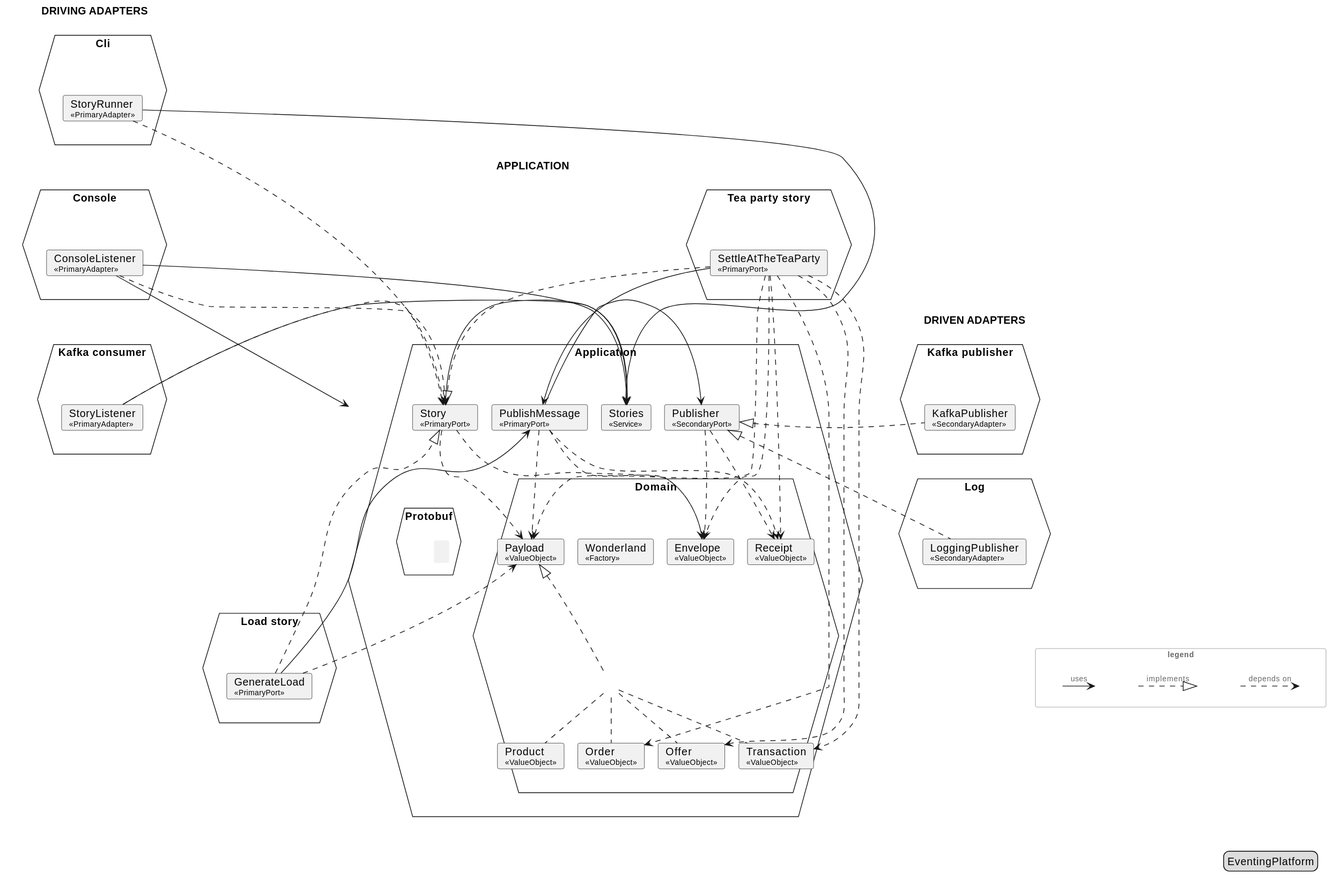
Mathmagicians/confluent-eventing-playground keeps this PlantUML diagram as docs/generated/architecture/svg/hexagon.svg. Above is the earlier version. Source of this version:
```plantuml
@startuml
!pragma layout smetana
skinparam shadowing false
skinparam defaultTextAlignment left
skinparam ranksep 24
skinparam nodesep 24
skinparam ArrowFontSize 10
skinparam ArrowFontColor #666666
<style>
hexagon { HorizontalAlignment center }
rectangle { HorizontalAlignment center }
</style>

rectangle "DRIVING ADAPTERS" as driving #line:transparent {
  hexagon "Cli" as m_Cli {
    rectangle "<size:1> </size>" as m_Cli_in #line:transparent {
      card "StoryRunner\n<size:10>«PrimaryAdapter»</size>" as m_Cli_StoryRunner
    }
  }
  hexagon "Console" as m_Console {
    rectangle "<size:1> </size>" as m_Console_in #line:transparent {
      card "ConsoleListener\n<size:10>«PrimaryAdapter»</size>" as m_Console_ConsoleListener
    }
  }
  hexagon "Kafka consumer" as m_Kafka_consumer {
    rectangle "<size:1> </size>" as m_Kafka_consumer_in #line:transparent {
      card "StoryListener\n<size:10>«PrimaryAdapter»</size>" as m_Kafka_consumer_StoryListener
    }
  }
  m_Cli_StoryRunner -[hidden]down-> m_Console_ConsoleListener
  m_Console_ConsoleListener -[hidden]down-> m_Kafka_consumer_StoryListener
}
rectangle "APPLICATION" as core #line:transparent {
  hexagon "Application" as m_Application {
    rectangle "<size:1> </size>" as m_Application_in #line:transparent {
      card "PublishMessage\n<size:10>«PrimaryPort»</size>" as m_Application_PublishMessage
      card "Story\n<size:10>«PrimaryPort»</size>" as m_Application_Story
      card "Publisher\n<size:10>«SecondaryPort»</size>" as m_Application_Publisher
      card "Stories\n<size:10>«Service»</size>" as m_Application_Stories
      m_Application_PublishMessage -[hidden]right-> m_Application_Story
      m_Application_Story -[hidden]right-> m_Application_Publisher
      m_Application_Publisher -[hidden]right-> m_Application_Stories
      hexagon "Domain" as m_Domain {
        rectangle "<size:1> </size>" as m_Domain_in #line:transparent {
          card "Wonderland\n<size:10>«Factory»</size>" as m_Domain_Wonderland
          card "Envelope\n<size:10>«ValueObject»</size>" as m_Domain_Envelope
          card "Payload\n<size:10>«ValueObject»</size>" as m_Domain_Payload
          card "Offer\n<size:10>«ValueObject»</size>" as m_Domain_Offer
          card "Order\n<size:10>«ValueObject»</size>" as m_Domain_Order
          card "Product\n<size:10>«ValueObject»</size>" as m_Domain_Product
          card "Transaction\n<size:10>«ValueObject»</size>" as m_Domain_Transaction
          label "<size:1> </size>" as m_Domain_Payload_j
          m_Domain_Offer .up. m_Domain_Payload_j
          m_Domain_Order .up. m_Domain_Payload_j
          m_Domain_Product .up. m_Domain_Payload_j
          m_Domain_Transaction .up. m_Domain_Payload_j
          m_Domain_Payload_j .up.|> m_Domain_Payload
          card "Receipt\n<size:10>«ValueObject»</size>" as m_Domain_Receipt
          m_Domain_Wonderland -[hidden]right-> m_Domain_Envelope
          m_Domain_Envelope -[hidden]right-> m_Domain_Payload
          m_Domain_Payload -[hidden]right-> m_Domain_Receipt
          m_Domain_Offer -[hidden]right-> m_Domain_Order
          m_Domain_Order -[hidden]right-> m_Domain_Product
          m_Domain_Product -[hidden]right-> m_Domain_Transaction
          m_Domain_Payload -[hidden]down-> m_Domain_Order
        }
      }
      hexagon "Protobuf" as m_Protobuf {
        rectangle "<size:1> </size>" as m_Protobuf_in #line:transparent {
        }
      }
      m_Domain_Receipt -[hidden]right-> m_Protobuf
      m_Application_PublishMessage -[hidden]down-> m_Domain_Envelope
      m_Application_Story -[hidden]down-> m_Domain_Envelope
      m_Application_Publisher -[hidden]down-> m_Domain_Envelope
      m_Application_Stories -[hidden]down-> m_Domain_Envelope
    }
  }
  hexagon "Load story" as m_Load_story {
    rectangle "<size:1> </size>" as m_Load_story_in #line:transparent {
      card "GenerateLoad\n<size:10>«PrimaryPort»</size>" as m_Load_story_GenerateLoad
    }
  }
  hexagon "Tea party story" as m_Tea_party_story {
    rectangle "<size:1> </size>" as m_Tea_party_story_in #line:transparent {
      card "SettleAtTheTeaParty\n<size:10>«PrimaryPort»</size>" as m_Tea_party_story_SettleAtTheTeaParty
    }
  }
  m_Domain_Offer -[hidden]down-> m_Load_story_GenerateLoad
  m_Domain_Order -[hidden]down-> m_Load_story_GenerateLoad
  m_Domain_Product -[hidden]down-> m_Load_story_GenerateLoad
  m_Domain_Transaction -[hidden]down-> m_Load_story_GenerateLoad
  m_Protobuf -[hidden]down-> m_Load_story_GenerateLoad
  m_Load_story_GenerateLoad -[hidden]down-> m_Tea_party_story_SettleAtTheTeaParty
}
rectangle "DRIVEN ADAPTERS" as driven #line:transparent {
  hexagon "Kafka publisher" as m_Kafka_publisher {
    rectangle "<size:1> </size>" as m_Kafka_publisher_in #line:transparent {
      card "KafkaPublisher\n<size:10>«SecondaryAdapter»</size>" as m_Kafka_publisher_KafkaPublisher
    }
  }
  hexagon "Log" as m_Log {
    rectangle "<size:1> </size>" as m_Log_in #line:transparent {
      card "LoggingPublisher\n<size:10>«SecondaryAdapter»</size>" as m_Log_LoggingPublisher
    }
  }
  m_Kafka_publisher_KafkaPublisher -[hidden]down-> m_Log_LoggingPublisher
}

m_Application_PublishMessage -right-> m_Application_Publisher
m_Application_PublishMessage ..> m_Domain_Envelope
m_Application_PublishMessage ..> m_Domain_Payload
m_Application_PublishMessage ..> m_Domain_Receipt
m_Application_Publisher ..> m_Domain_Envelope
m_Application_Publisher ..> m_Domain_Receipt
m_Application_Stories -right-> m_Application_Story
m_Application_Story ..> m_Domain_Envelope
m_Application_Story ..> m_Domain_Payload
m_Cli_StoryRunner -right-> m_Application_Stories
m_Cli_StoryRunner .right.> m_Application_Story
m_Console_ConsoleListener -right-> m_Application
m_Console_ConsoleListener -right-> m_Application_Stories
m_Console_ConsoleListener .right.> m_Application_Story
m_Kafka_consumer_StoryListener -right-> m_Application_Stories
m_Kafka_consumer_StoryListener .right.> m_Application_Story
m_Kafka_publisher_KafkaPublisher .left.|> m_Application_Publisher
m_Load_story_GenerateLoad --> m_Application_PublishMessage
m_Load_story_GenerateLoad ..|> m_Application_Story
m_Load_story_GenerateLoad ..> m_Domain_Payload
m_Log_LoggingPublisher .left.|> m_Application_Publisher
m_Tea_party_story_SettleAtTheTeaParty --> m_Application_PublishMessage
m_Tea_party_story_SettleAtTheTeaParty ..|> m_Application_Story
m_Tea_party_story_SettleAtTheTeaParty ..> m_Domain_Envelope
m_Tea_party_story_SettleAtTheTeaParty ..> m_Domain_Offer
m_Tea_party_story_SettleAtTheTeaParty ..> m_Domain_Order
m_Tea_party_story_SettleAtTheTeaParty ..> m_Domain_Payload
m_Tea_party_story_SettleAtTheTeaParty ..> m_Domain_Receipt
m_Tea_party_story_SettleAtTheTeaParty ..> m_Domain_Transaction

rectangle "<size:10>legend</size>" as legend #line:BBBBBB;text:666666 {
  label " " as l_uses_from
  label " " as l_uses_to
  l_uses_from -right-> l_uses_to : uses
  label " " as l_implements_from
  label " " as l_implements_to
  l_implements_from .right.|> l_implements_to : implements
  label " " as l_depends_on_from
  label " " as l_depends_on_to
  l_depends_on_from .right.> l_depends_on_to : depends on
  l_uses_to -[hidden]right-> l_implements_from
  l_implements_to -[hidden]right-> l_depends_on_from
}
m_Log_LoggingPublisher -[hidden]down-> l_uses_from
m_Tea_party_story_SettleAtTheTeaParty -[hidden]down-> l_uses_from
legend right
  EventingPlatform
endlegend
@enduml
```
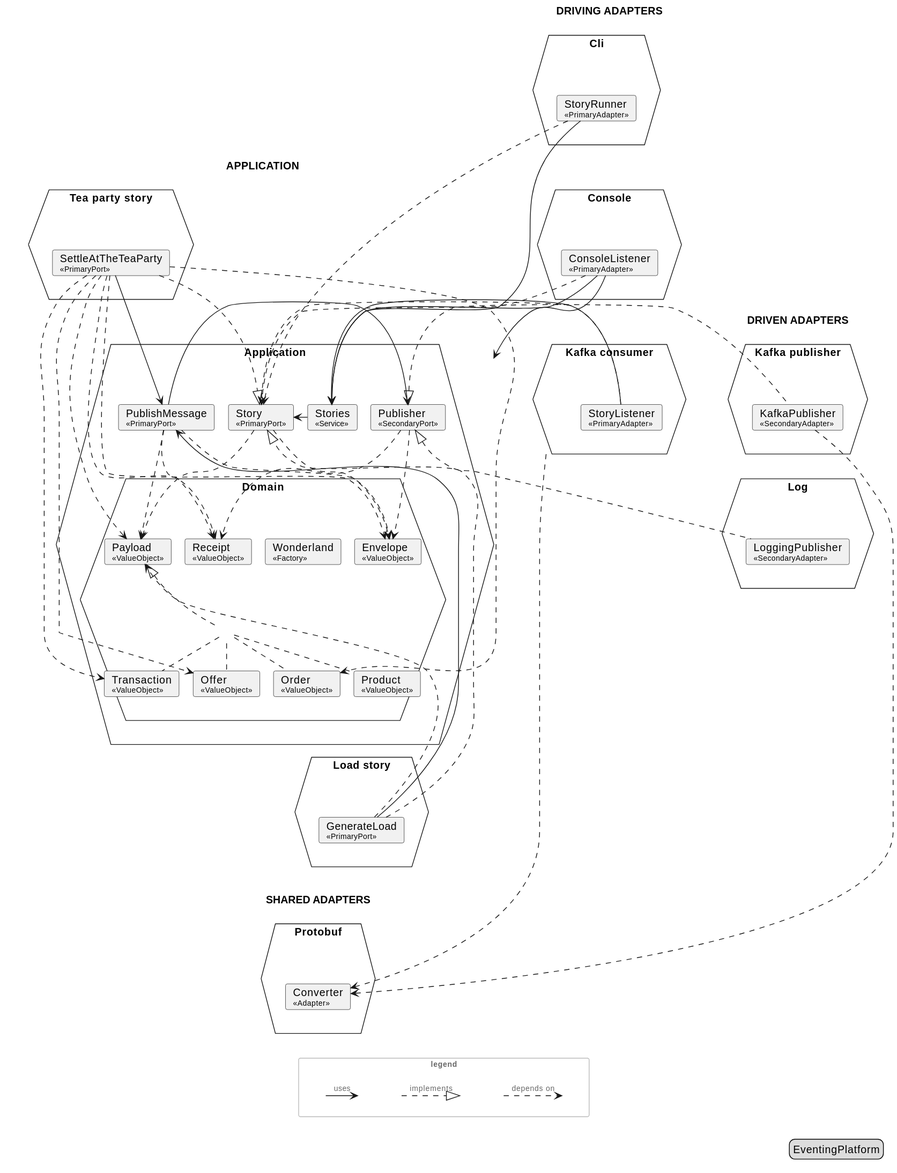
After the change.

Commit message:
Drawing updated to recognize @Adapter

Change to the diagram source:
```diff
@@ -65,11 +65,6 @@
           m_Domain_Payload -[hidden]down-> m_Domain_Order
         }
       }
-      hexagon "Protobuf" as m_Protobuf {
-        rectangle "<size:1> </size>" as m_Protobuf_in #line:transparent {
-        }
-      }
-      m_Domain_Receipt -[hidden]right-> m_Protobuf
       m_Application_PublishMessage -[hidden]down-> m_Domain_Envelope
       m_Application_Story -[hidden]down-> m_Domain_Envelope
       m_Application_Publisher -[hidden]down-> m_Domain_Envelope
@@ -90,7 +85,6 @@
   m_Domain_Order -[hidden]down-> m_Load_story_GenerateLoad
   m_Domain_Product -[hidden]down-> m_Load_story_GenerateLoad
   m_Domain_Transaction -[hidden]down-> m_Load_story_GenerateLoad
-  m_Protobuf -[hidden]down-> m_Load_story_GenerateLoad
   m_Load_story_GenerateLoad -[hidden]down-> m_Tea_party_story_SettleAtTheTeaParty
 }
 rectangle "DRIVEN ADAPTERS" as driven #line:transparent {
@@ -106,6 +100,19 @@
   }
   m_Kafka_publisher_KafkaPublisher -[hidden]down-> m_Log_LoggingPublisher
 }
+rectangle "SHARED ADAPTERS" as shared #line:transparent {
+  hexagon "Protobuf" as m_Protobuf {
+    rectangle "<size:1> </size>" as m_Protobuf_in #line:transparent {
+      card "Converter\n<size:10>«Adapter»</size>" as m_Protobuf_Converter
+    }
+  }
+}
+m_Domain_Offer -[hidden]down-> m_Protobuf_Converter
+m_Domain_Order -[hidden]down-> m_Protobuf_Converter
+m_Domain_Product -[hidden]down-> m_Protobuf_Converter
+m_Domain_Transaction -[hidden]down-> m_Protobuf_Converter
+m_Load_story_GenerateLoad -[hidden]down-> m_Protobuf_Converter
+m_Tea_party_story_SettleAtTheTeaParty -[hidden]down-> m_Protobuf_Converter
 
 m_Application_PublishMessage -right-> m_Application_Publisher
 m_Application_PublishMessage ..> m_Domain_Envelope
@@ -121,9 +128,11 @@
 m_Console_ConsoleListener -right-> m_Application
 m_Console_ConsoleListener -right-> m_Application_Stories
 m_Console_ConsoleListener .right.> m_Application_Story
+m_Kafka_consumer .[norank].> m_Protobuf_Converter
 m_Kafka_consumer_StoryListener -right-> m_Application_Stories
 m_Kafka_consumer_StoryListener .right.> m_Application_Story
 m_Kafka_publisher_KafkaPublisher .left.|> m_Application_Publisher
+m_Kafka_publisher_KafkaPublisher .[norank].> m_Protobuf_Converter
 m_Load_story_GenerateLoad --> m_Application_PublishMessage
 m_Load_story_GenerateLoad ..|> m_Application_Story
 m_Load_story_GenerateLoad ..> m_Domain_Payload
@@ -150,8 +159,7 @@
   l_uses_to -[hidden]right-> l_implements_from
   l_implements_to -[hidden]right-> l_depends_on_from
 }
-m_Log_LoggingPublisher -[hidden]down-> l_uses_from
-m_Tea_party_story_SettleAtTheTeaParty -[hidden]down-> l_uses_from
+m_Protobuf_Converter -[hidden]down-> l_uses_from
 legend right
   EventingPlatform
 endlegend
```
